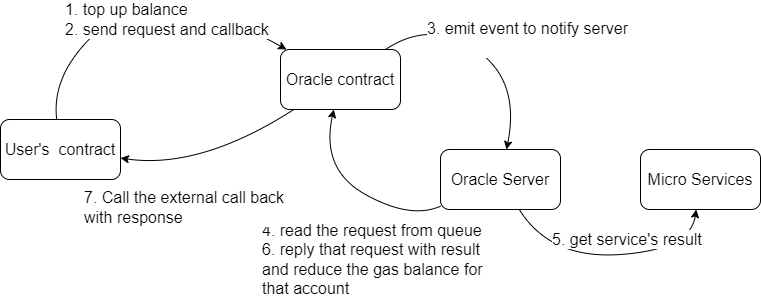
This is PassiveOracle.png from b69liu/myOracleContract, a draw.io export, as it was before one commit. Source tidied: cells renumbered, new cells last; positions are measured from the earlier drawing's top-left corner, leaving out a move shared by most shapes. Source of this version:
```xml
<mxGraphModel>
  <root>
    <mxCell id="0" />
    <mxCell id="1" parent="0" />
    <mxCell id="2" value="&lt;font style=&quot;font-size: 16px&quot;&gt;User's&amp;nbsp; contract&lt;/font&gt;" style="rounded=1;whiteSpace=wrap;html=1;" parent="1" vertex="1">
      <mxGeometry y="140" width="120" height="60" as="geometry" />
    </mxCell>
    <mxCell id="3" value="&lt;font style=&quot;font-size: 16px&quot;&gt;Oracle contract&lt;/font&gt;" style="rounded=1;whiteSpace=wrap;html=1;" parent="1" vertex="1">
      <mxGeometry x="280" y="70" width="120" height="60" as="geometry" />
    </mxCell>
    <mxCell id="4" value="&lt;font style=&quot;font-size: 16px&quot;&gt;Oracle Server&lt;/font&gt;" style="rounded=1;whiteSpace=wrap;html=1;" parent="1" vertex="1">
      <mxGeometry x="440" y="170" width="120" height="60" as="geometry" />
    </mxCell>
    <mxCell id="5" value="&lt;font style=&quot;font-size: 16px&quot;&gt;1. top up balance&lt;br&gt;2. send request and callback&lt;/font&gt;" style="curved=1;endArrow=classic;html=1;rounded=0;align=left;" parent="1" edge="1" source="2" target="3">
      <mxGeometry x="-0.45" y="30" relative="1" as="geometry">
        <Array as="points">
          <mxPoint x="50" y="90" />
          <mxPoint x="160" />
        </Array>
      </mxGeometry>
    </mxCell>
    <mxCell id="6" value="&lt;font style=&quot;font-size: 16px&quot;&gt;3. emit event to notify server&lt;br&gt;&lt;br&gt;&lt;/font&gt;" style="curved=1;endArrow=classic;html=1;rounded=0;align=left;" parent="1" edge="1" source="3" target="4">
      <mxGeometry x="-0.67" y="-13" relative="1" as="geometry">
        <Array as="points">
          <mxPoint x="430" y="40" />
          <mxPoint x="520" y="100" />
        </Array>
      </mxGeometry>
    </mxCell>
    <mxCell id="7" value="Micro Services" style="rounded=1;whiteSpace=wrap;html=1;fontSize=16;" parent="1" vertex="1">
      <mxGeometry x="640" y="170" width="120" height="60" as="geometry" />
    </mxCell>
    <mxCell id="8" value="&lt;font style=&quot;font-size: 16px&quot;&gt;4. read the request from queue&lt;br&gt;6. reply that request with result&lt;br&gt;and reduce the gas balance for&lt;br&gt;that account&lt;br&gt;&lt;/font&gt;" style="curved=1;endArrow=classic;html=1;rounded=0;align=left;" parent="1" edge="1" source="4" target="3">
      <mxGeometry x="0.38" y="108" relative="1" as="geometry">
        <Array as="points">
          <mxPoint x="410" y="240" />
          <mxPoint x="320" y="190" />
        </Array>
        <mxPoint x="45" y="114" as="offset" />
      </mxGeometry>
    </mxCell>
    <mxCell id="9" value="&lt;font style=&quot;font-size: 16px&quot;&gt;5. get service's result&lt;br&gt;&lt;/font&gt;" style="curved=1;endArrow=classic;html=1;rounded=0;align=left;" parent="1" edge="1" source="4" target="7">
      <mxGeometry x="-0.65" y="11" relative="1" as="geometry">
        <Array as="points">
          <mxPoint x="550" y="280" />
          <mxPoint x="690" y="270" />
        </Array>
      </mxGeometry>
    </mxCell>
    <mxCell id="10" value="&lt;font style=&quot;font-size: 16px&quot;&gt;7. Call the external call back&lt;br&gt;with response&lt;br&gt;&lt;/font&gt;" style="curved=1;endArrow=classic;html=1;rounded=0;align=left;" parent="1" edge="1" source="3" target="2">
      <mxGeometry x="1" y="63" relative="1" as="geometry">
        <Array as="points">
          <mxPoint x="200" y="190" />
        </Array>
        <mxPoint x="-29" y="-13" as="offset" />
      </mxGeometry>
    </mxCell>
  </root>
</mxGraphModel>
```
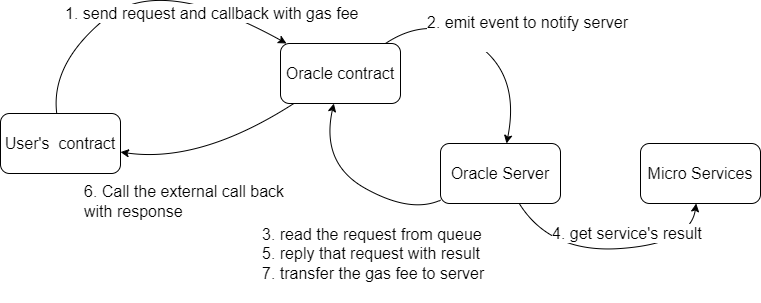
Later version of the same file.

Commit message:
user send gas fee with request

Change to the diagram source:
```diff
@@ -11,7 +11,7 @@
     <mxCell id="4" value="&lt;font style=&quot;font-size: 16px&quot;&gt;Oracle Server&lt;/font&gt;" style="rounded=1;whiteSpace=wrap;html=1;" parent="1" vertex="1">
       <mxGeometry x="440" y="170" width="120" height="60" as="geometry" />
     </mxCell>
-    <mxCell id="5" value="&lt;font style=&quot;font-size: 16px&quot;&gt;1. top up balance&lt;br&gt;2. send request and callback&lt;/font&gt;" style="curved=1;endArrow=classic;html=1;rounded=0;align=left;" parent="1" edge="1" source="2" target="3">
+    <mxCell id="5" value="&lt;font style=&quot;font-size: 16px&quot;&gt;1. send request and callback with gas fee&lt;/font&gt;" style="curved=1;endArrow=classic;html=1;rounded=0;align=left;" parent="1" edge="1" source="2" target="3">
       <mxGeometry x="-0.45" y="30" relative="1" as="geometry">
         <Array as="points">
           <mxPoint x="50" y="90" />
@@ -19,7 +19,7 @@
         </Array>
       </mxGeometry>
     </mxCell>
-    <mxCell id="6" value="&lt;font style=&quot;font-size: 16px&quot;&gt;3. emit event to notify server&lt;br&gt;&lt;br&gt;&lt;/font&gt;" style="curved=1;endArrow=classic;html=1;rounded=0;align=left;" parent="1" edge="1" source="3" target="4">
+    <mxCell id="6" value="&lt;font style=&quot;font-size: 16px&quot;&gt;2. emit event to notify server&lt;br&gt;&lt;br&gt;&lt;/font&gt;" style="curved=1;endArrow=classic;html=1;rounded=0;align=left;" parent="1" edge="1" source="3" target="4">
       <mxGeometry x="-0.67" y="-13" relative="1" as="geometry">
         <Array as="points">
           <mxPoint x="430" y="40" />
@@ -30,16 +30,16 @@
     <mxCell id="7" value="Micro Services" style="rounded=1;whiteSpace=wrap;html=1;fontSize=16;" parent="1" vertex="1">
       <mxGeometry x="640" y="170" width="120" height="60" as="geometry" />
     </mxCell>
-    <mxCell id="8" value="&lt;font style=&quot;font-size: 16px&quot;&gt;4. read the request from queue&lt;br&gt;6. reply that request with result&lt;br&gt;and reduce the gas balance for&lt;br&gt;that account&lt;br&gt;&lt;/font&gt;" style="curved=1;endArrow=classic;html=1;rounded=0;align=left;" parent="1" edge="1" source="4" target="3">
-      <mxGeometry x="0.38" y="108" relative="1" as="geometry">
+    <mxCell id="8" value="&lt;font style=&quot;font-size: 16px&quot;&gt;3. read the request from queue&lt;br&gt;5. reply that request with result&lt;br&gt;7. transfer the gas fee to server&lt;br&gt;&lt;br&gt;&lt;/font&gt;" style="curved=1;endArrow=classic;html=1;rounded=0;align=left;" parent="1" edge="1" source="4" target="3">
+      <mxGeometry x="0.38" y="117" relative="1" as="geometry">
         <Array as="points">
           <mxPoint x="410" y="240" />
           <mxPoint x="320" y="190" />
         </Array>
-        <mxPoint x="45" y="114" as="offset" />
+        <mxPoint x="54" y="126" as="offset" />
       </mxGeometry>
     </mxCell>
-    <mxCell id="9" value="&lt;font style=&quot;font-size: 16px&quot;&gt;5. get service's result&lt;br&gt;&lt;/font&gt;" style="curved=1;endArrow=classic;html=1;rounded=0;align=left;" parent="1" edge="1" source="4" target="7">
+    <mxCell id="9" value="&lt;font style=&quot;font-size: 16px&quot;&gt;4. get service's result&lt;br&gt;&lt;/font&gt;" style="curved=1;endArrow=classic;html=1;rounded=0;align=left;" parent="1" edge="1" source="4" target="7">
       <mxGeometry x="-0.65" y="11" relative="1" as="geometry">
         <Array as="points">
           <mxPoint x="550" y="280" />
@@ -47,7 +47,7 @@
         </Array>
       </mxGeometry>
     </mxCell>
-    <mxCell id="10" value="&lt;font style=&quot;font-size: 16px&quot;&gt;7. Call the external call back&lt;br&gt;with response&lt;br&gt;&lt;/font&gt;" style="curved=1;endArrow=classic;html=1;rounded=0;align=left;" parent="1" edge="1" source="3" target="2">
+    <mxCell id="10" value="&lt;font style=&quot;font-size: 16px&quot;&gt;6. Call the external call back&lt;br&gt;with response&lt;br&gt;&lt;/font&gt;" style="curved=1;endArrow=classic;html=1;rounded=0;align=left;" parent="1" edge="1" source="3" target="2">
       <mxGeometry x="1" y="63" relative="1" as="geometry">
         <Array as="points">
           <mxPoint x="200" y="190" />
```
